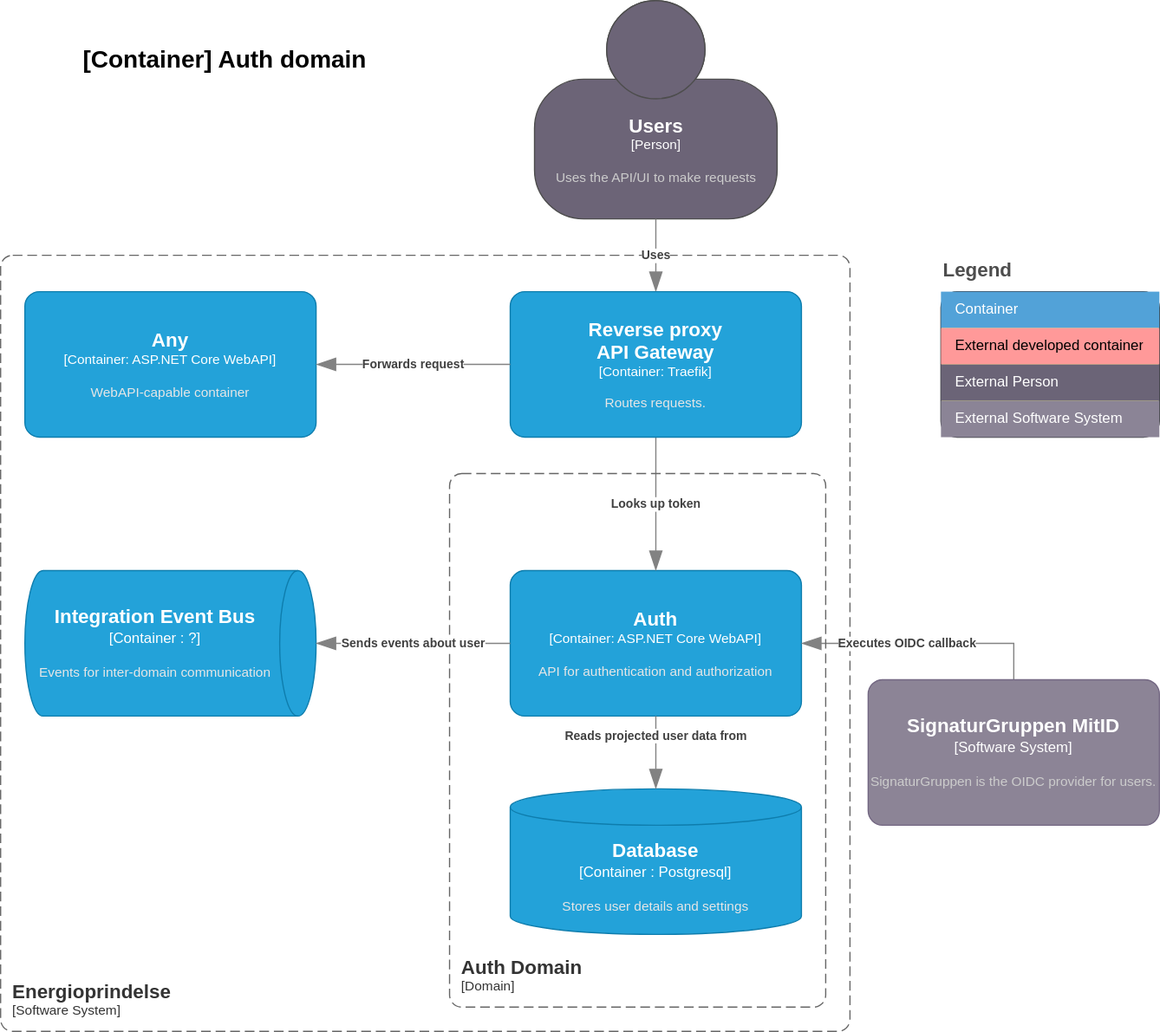
Before: doc/architecture/diagrams/auth.container.drawio.svg, a diagram exported from draw.io (Energinet-DataHub/energy-origin). Source tidied: cells renumbered, new cells last; positions are measured from the earlier drawing's top-left corner, leaving out a move shared by most shapes.
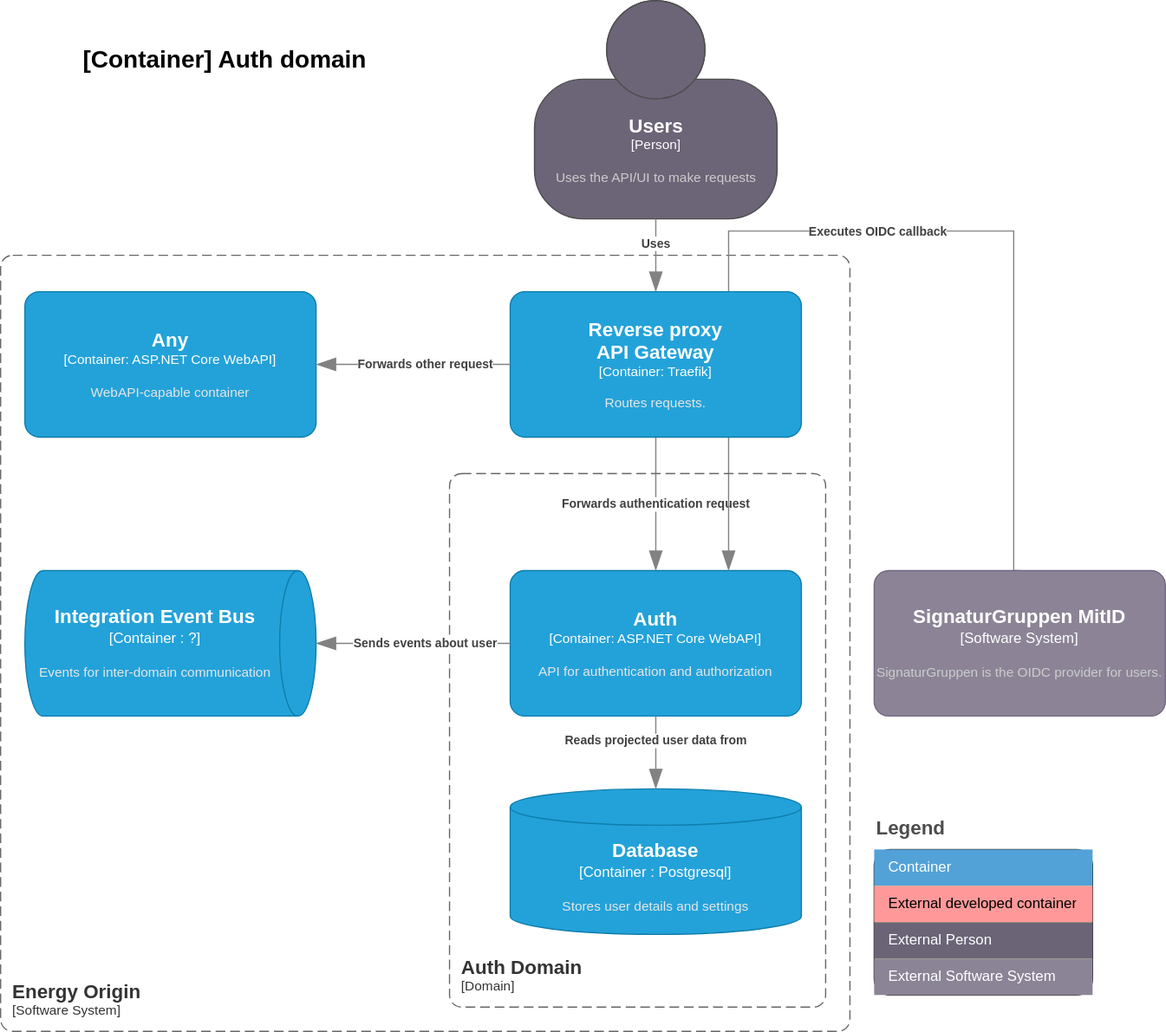
After the commit.

Change to the diagram source:
```diff
@@ -2,7 +2,7 @@
   <root>
     <mxCell id="0" />
     <mxCell id="1" parent="0" />
-    <object id="2" label="&lt;font style=&quot;font-size: 16px&quot;&gt;&lt;b&gt;&lt;div style=&quot;text-align: left&quot;&gt;%c4Name%&lt;/div&gt;&lt;/b&gt;&lt;/font&gt;&lt;div style=&quot;text-align: left&quot;&gt;[%c4Application%]&lt;/div&gt;" c4Application="Software System" c4Name="Energioprindelse" c4Type="SystemScopeBoundary" placeholders="1">
+    <object id="2" label="&lt;font style=&quot;font-size: 16px&quot;&gt;&lt;b&gt;&lt;div style=&quot;text-align: left&quot;&gt;%c4Name%&lt;/div&gt;&lt;/b&gt;&lt;/font&gt;&lt;div style=&quot;text-align: left&quot;&gt;[%c4Application%]&lt;/div&gt;" c4Application="Software System" c4Name="Energy Origin" c4Type="SystemScopeBoundary" placeholders="1">
       <mxCell style="rounded=1;fontSize=11;whiteSpace=wrap;html=1;dashed=1;arcSize=20;fillColor=none;strokeColor=#666666;fontColor=#333333;labelBackgroundColor=none;align=left;verticalAlign=bottom;labelBorderColor=none;spacingTop=0;spacing=10;dashPattern=8 4;perimeter=rectanglePerimeter;noLabel=0;labelPadding=0;absoluteArcSize=1;" parent="1" vertex="1">
         <mxGeometry y="210" width="700" height="640" as="geometry" />
       </mxCell>
@@ -19,10 +19,10 @@
     </object>
     <object id="5" label="&lt;div style=&quot;text-align: left&quot;&gt;&lt;div style=&quot;text-align: center&quot;&gt;&lt;b&gt;%c4Description%&lt;/b&gt;&lt;/div&gt;" c4Description="Reads projected user data from" c4Type="Relationship" placeholders="1">
       <mxCell style="endArrow=blockThin;html=1;fontSize=10;fontColor=#404040;strokeWidth=1;endFill=1;strokeColor=#828282;elbow=vertical;endSize=14;startSize=14;jumpStyle=arc;jumpSize=16;rounded=0;edgeStyle=orthogonalEdgeStyle;exitX=0.5;exitY=1;exitDx=0;exitDy=0;exitPerimeter=0;entryX=0.5;entryY=0;entryDx=0;entryDy=0;entryPerimeter=0;" parent="1" edge="1" source="3" target="4">
-        <mxGeometry x="-0.47" relative="1" as="geometry" />
+        <mxGeometry x="-0.33" relative="1" as="geometry" />
       </mxCell>
     </object>
-    <object id="6" label="&lt;div style=&quot;text-align: left&quot;&gt;&lt;div style=&quot;text-align: center&quot;&gt;&lt;b&gt;%c4Description%&lt;/b&gt;&lt;/div&gt;" c4Description="Looks up token" c4Type="Relationship" placeholders="1">
+    <object id="6" label="&lt;div style=&quot;text-align: left&quot;&gt;&lt;div style=&quot;text-align: center&quot;&gt;&lt;b&gt;%c4Description%&lt;/b&gt;&lt;/div&gt;" c4Description="Forwards authentication request" c4Type="Relationship" placeholders="1">
       <mxCell style="endArrow=blockThin;html=1;fontSize=10;fontColor=#404040;strokeWidth=1;endFill=1;strokeColor=#828282;elbow=vertical;endSize=14;startSize=14;jumpStyle=arc;jumpSize=16;rounded=0;edgeStyle=orthogonalEdgeStyle;exitX=0.5;exitY=1;exitDx=0;exitDy=0;exitPerimeter=0;entryX=0.5;entryY=0;entryDx=0;entryDy=0;entryPerimeter=0;" parent="1" edge="1" source="22" target="3">
         <mxGeometry relative="1" as="geometry" />
       </mxCell>
@@ -43,15 +43,20 @@
       </mxCell>
     </object>
     <object id="10" label="&lt;div style=&quot;text-align: left&quot;&gt;&lt;div style=&quot;text-align: center&quot;&gt;&lt;b&gt;%c4Description%&lt;/b&gt;&lt;/div&gt;" c4Description="Executes OIDC callback" c4Type="Relationship" placeholders="1">
-      <mxCell style="endArrow=blockThin;html=1;fontSize=10;fontColor=#404040;strokeWidth=1;endFill=1;strokeColor=#828282;elbow=vertical;endSize=14;startSize=14;jumpStyle=arc;jumpSize=16;rounded=0;edgeStyle=orthogonalEdgeStyle;entryX=1;entryY=0.5;entryDx=0;entryDy=0;entryPerimeter=0;exitX=0.5;exitY=0;exitDx=0;exitDy=0;exitPerimeter=0;" parent="1" edge="1" source="20" target="3">
-        <mxGeometry x="0.15" relative="1" as="geometry" />
+      <mxCell style="endArrow=blockThin;html=1;fontSize=10;fontColor=#404040;strokeWidth=1;endFill=1;strokeColor=#828282;elbow=vertical;endSize=14;startSize=14;jumpStyle=arc;jumpSize=16;rounded=0;edgeStyle=orthogonalEdgeStyle;entryX=0.75;entryY=0;entryDx=0;entryDy=0;entryPerimeter=0;exitX=0.5;exitY=0;exitDx=0;exitDy=0;exitPerimeter=0;" parent="1" edge="1" source="20" target="3">
+        <mxGeometry x="-0.01" relative="1" as="geometry">
+          <Array as="points">
+            <mxPoint x="835" y="190" />
+            <mxPoint x="600" y="190" />
+          </Array>
+        </mxGeometry>
       </mxCell>
     </object>
     <mxCell id="11" value="Legend" style="align=left;fontSize=16;fontStyle=1;strokeColor=none;fillColor=none;fontColor=#4D4D4D;spacingTop=-8;" parent="1" vertex="1">
-      <mxGeometry x="775" y="210" width="180" height="30" as="geometry" />
+      <mxGeometry x="720" y="670" width="180" height="30" as="geometry" />
     </mxCell>
     <mxCell id="12" style="shape=table;html=1;whiteSpace=wrap;startSize=0;fillColor=#ffff88;align=left;spacingLeft=10;strokeColor=#36393d;rounded=1;arcSize=11;" parent="1" vertex="1">
-      <mxGeometry x="775" y="240" width="180" height="120" as="geometry" />
+      <mxGeometry x="720" y="700" width="180" height="120" as="geometry" />
     </mxCell>
     <mxCell id="13" value="Container" style="shape=partialRectangle;html=1;whiteSpace=wrap;fillColor=#52A2D8;top=0;left=0;bottom=0;right=0;overflow=hidden;align=left;spacingLeft=10;fontColor=#FFFFFF;" parent="12" vertex="1">
       <mxGeometry width="180" height="30" as="geometry" />
@@ -72,17 +77,17 @@
     </object>
     <object id="18" label="&lt;div style=&quot;text-align: left&quot;&gt;&lt;div style=&quot;text-align: center&quot;&gt;&lt;b&gt;%c4Description%&lt;/b&gt;&lt;/div&gt;" c4Description="Uses" c4Type="Relationship" placeholders="1">
       <mxCell style="endArrow=blockThin;html=1;fontSize=10;fontColor=#404040;strokeWidth=1;endFill=1;strokeColor=#828282;elbow=vertical;endSize=14;startSize=14;jumpStyle=arc;jumpSize=16;rounded=0;edgeStyle=orthogonalEdgeStyle;exitX=0.5;exitY=1;exitDx=0;exitDy=0;exitPerimeter=0;" parent="1" edge="1" source="7" target="22">
-        <mxGeometry relative="1" as="geometry" />
+        <mxGeometry x="-0.33" relative="1" as="geometry" />
       </mxCell>
     </object>
     <object id="19" label="&lt;div style=&quot;text-align: left&quot;&gt;&lt;div style=&quot;text-align: center&quot;&gt;&lt;b&gt;%c4Description%&lt;/b&gt;&lt;/div&gt;" c4Description="Sends events about user" c4Type="Relationship" placeholders="1">
       <mxCell style="endArrow=blockThin;html=1;fontSize=10;fontColor=#404040;strokeWidth=1;endFill=1;strokeColor=#828282;elbow=vertical;endSize=14;startSize=14;jumpStyle=arc;jumpSize=16;rounded=0;edgeStyle=orthogonalEdgeStyle;entryX=0.5;entryY=0;entryDx=0;entryDy=0;entryPerimeter=0;shadow=0;" parent="1" edge="1" source="3" target="9">
-        <mxGeometry relative="1" as="geometry" />
+        <mxGeometry x="-0.12" relative="1" as="geometry" />
       </mxCell>
     </object>
     <object id="20" label="&lt;font style=&quot;font-size: 16px&quot;&gt;&lt;b&gt;%c4Name%&lt;/b&gt;&lt;/font&gt;&lt;div&gt;[%c4Type%]&lt;/div&gt;&lt;br&gt;&lt;div&gt;&lt;font style=&quot;font-size: 11px&quot;&gt;&lt;font color=&quot;#cccccc&quot;&gt;%c4Description%&lt;/font&gt;&lt;/div&gt;" c4Description="SignaturGruppen is the OIDC provider for users." c4Name="SignaturGruppen MitID" c4Type="Software System" placeholders="1">
       <mxCell style="rounded=1;whiteSpace=wrap;html=1;labelBackgroundColor=none;fillColor=#8C8496;fontColor=#ffffff;align=center;arcSize=10;strokeColor=#736782;points=[[0.25,0,0],[0.5,0,0],[0.75,0,0],[1,0.25,0],[1,0.5,0],[1,0.75,0],[0.75,1,0],[0.5,1,0],[0.25,1,0],[0,0.75,0],[0,0.5,0],[0,0.25,0]];" parent="1" vertex="1">
-        <mxGeometry x="715" y="560" width="240" height="120" as="geometry" />
+        <mxGeometry x="720" y="470" width="240" height="120" as="geometry" />
       </mxCell>
     </object>
     <mxCell id="21" style="group;fillColor=none;" parent="1" vertex="1">
@@ -98,9 +103,9 @@
         <mxGeometry x="20" y="240" width="240" height="120" as="geometry" />
       </mxCell>
     </object>
-    <object id="24" label="&lt;div style=&quot;text-align: left&quot;&gt;&lt;div style=&quot;text-align: center&quot;&gt;&lt;b&gt;%c4Description%&lt;/b&gt;&lt;/div&gt;" c4Description="Forwards request" c4Type="Relationship" placeholders="1">
+    <object id="24" label="&lt;div style=&quot;text-align: left&quot;&gt;&lt;div style=&quot;text-align: center&quot;&gt;&lt;b&gt;%c4Description%&lt;/b&gt;&lt;/div&gt;" c4Description="Forwards other request" c4Type="Relationship" placeholders="1">
       <mxCell style="endArrow=blockThin;html=1;fontSize=10;fontColor=#404040;strokeWidth=1;endFill=1;strokeColor=#828282;elbow=vertical;endSize=14;startSize=14;jumpStyle=arc;jumpSize=16;rounded=0;edgeStyle=orthogonalEdgeStyle;exitX=0;exitY=0.5;exitDx=0;exitDy=0;exitPerimeter=0;entryX=1;entryY=0.5;entryDx=0;entryDy=0;entryPerimeter=0;" parent="1" edge="1" source="22" target="23">
-        <mxGeometry relative="1" as="geometry">
+        <mxGeometry x="-0.12" relative="1" as="geometry">
           <Array as="points">
             <mxPoint x="330" y="300" />
             <mxPoint x="330" y="300" />
```
